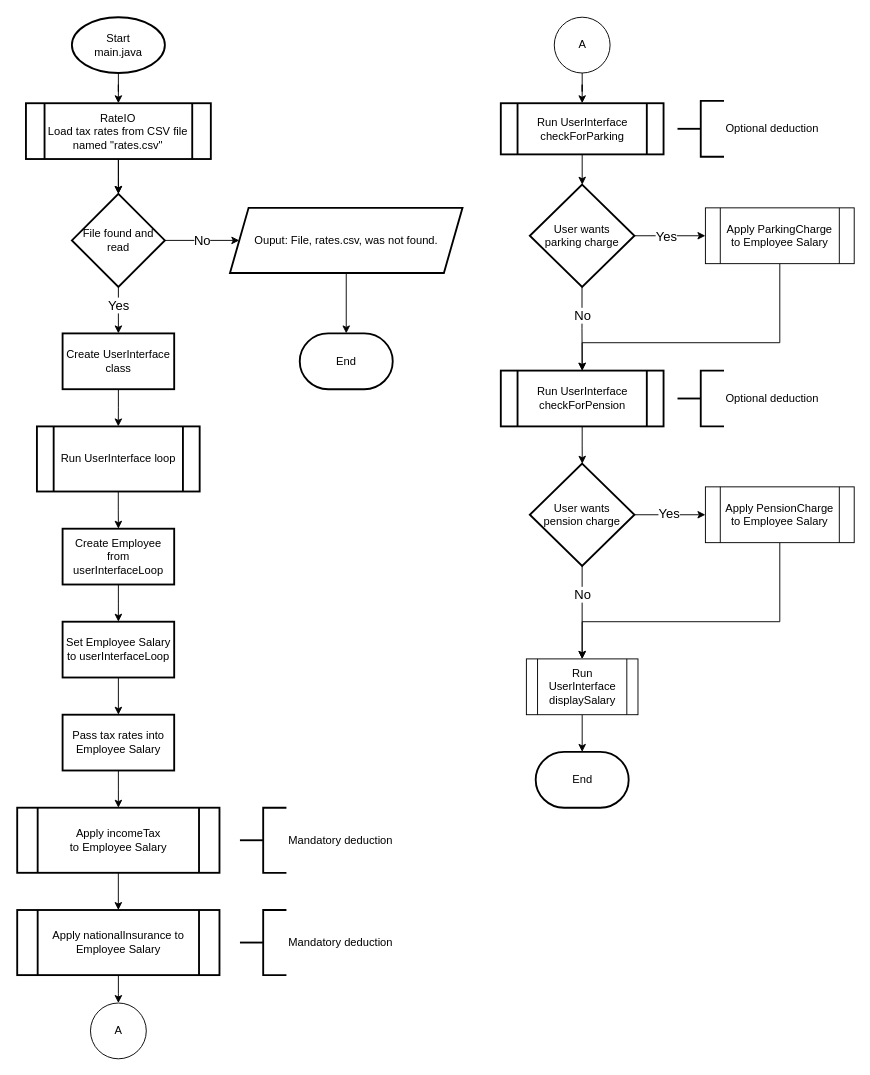
Before: report/flowcharts/designs/main-coursework-2.drawio in Sherman5A/usw-pop-coursework-1-task-2, a draw.io diagram. Source tidied: cells renumbered, new cells numbered last; positions are measured from the earlier drawing's top-left corner, leaving out a move shared by most shapes. Both pictures are drawn from the tidied source at 93%, with x=0, y=0 at pixel (17, 17).
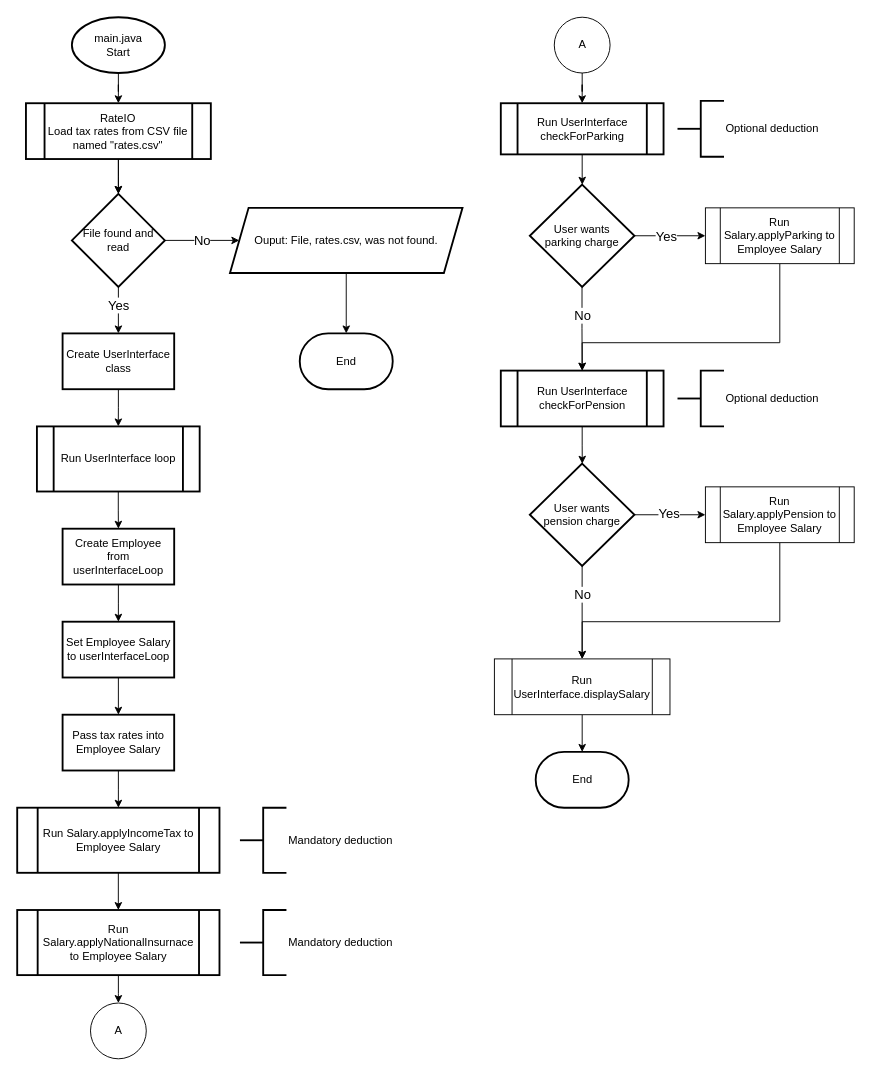
The same page after the edit.

The edit, as a diff of the source:
```diff
@@
-    <mxCell id="3" value="Start&lt;br&gt;main.java" style="strokeWidth=2;html=1;shape=mxgraph.flowchart.start_1;whiteSpace=wrap;" parent="1" vertex="1">
+    <mxCell id="3" value="main.java&lt;br&gt;Start" style="strokeWidth=2;html=1;shape=mxgraph.flowchart.start_1;whiteSpace=wrap;" parent="1" vertex="1">
       <mxGeometry x="58.8" width="100" height="60" as="geometry" />
     </mxCell>
@@
-    <mxCell id="21" value="Apply incomeTax&lt;br&gt;to Employee Salary" style="shape=process;whiteSpace=wrap;html=1;backgroundOutline=1;strokeWidth=2;" parent="1" vertex="1">
+    <mxCell id="21" value="Run Salary.applyIncomeTax to Employee Salary" style="shape=process;whiteSpace=wrap;html=1;backgroundOutline=1;strokeWidth=2;" parent="1" vertex="1">
       <mxGeometry y="850" width="217.5" height="70" as="geometry" />
     </mxCell>
@@
-    <mxCell id="34" value="Apply ParkingCharge&lt;br&gt;to Employee Salary" style="shape=process;whiteSpace=wrap;html=1;backgroundOutline=1;" parent="1" vertex="1">
+    <mxCell id="34" value="Run Salary.applyParking to Employee Salary" style="shape=process;whiteSpace=wrap;html=1;backgroundOutline=1;" parent="1" vertex="1">
       <mxGeometry x="740" y="205" width="160" height="60" as="geometry" />
     </mxCell>
@@
-    <mxCell id="36" value="Apply nationalInsurance to Employee Salary" style="shape=process;whiteSpace=wrap;html=1;backgroundOutline=1;strokeWidth=2;" parent="1" vertex="1">
+    <mxCell id="36" value="Run Salary.applyNationalInsurnace to Employee Salary" style="shape=process;whiteSpace=wrap;html=1;backgroundOutline=1;strokeWidth=2;" parent="1" vertex="1">
       <mxGeometry y="960" width="217.5" height="70" as="geometry" />
     </mxCell>
@@
-    <mxCell id="46" value="Apply PensionCharge&lt;br&gt;to Employee Salary" style="shape=process;whiteSpace=wrap;html=1;backgroundOutline=1;" parent="1" vertex="1">
+    <mxCell id="46" value="Run Salary.applyPension to Employee Salary" style="shape=process;whiteSpace=wrap;html=1;backgroundOutline=1;" parent="1" vertex="1">
       <mxGeometry x="740" y="505" width="160" height="60" as="geometry" />
     </mxCell>
@@
-    <mxCell id="48" value="Run UserInterface&lt;br&gt;displaySalary" style="shape=process;whiteSpace=wrap;html=1;backgroundOutline=1;" parent="1" vertex="1">
-      <mxGeometry x="547.5" y="690" width="120" height="60" as="geometry" />
+    <mxCell id="48" value="Run UserInterface.displaySalary" style="shape=process;whiteSpace=wrap;html=1;backgroundOutline=1;" parent="1" vertex="1">
+      <mxGeometry x="513.1" y="690" width="188.8" height="60" as="geometry" />
     </mxCell>
```
